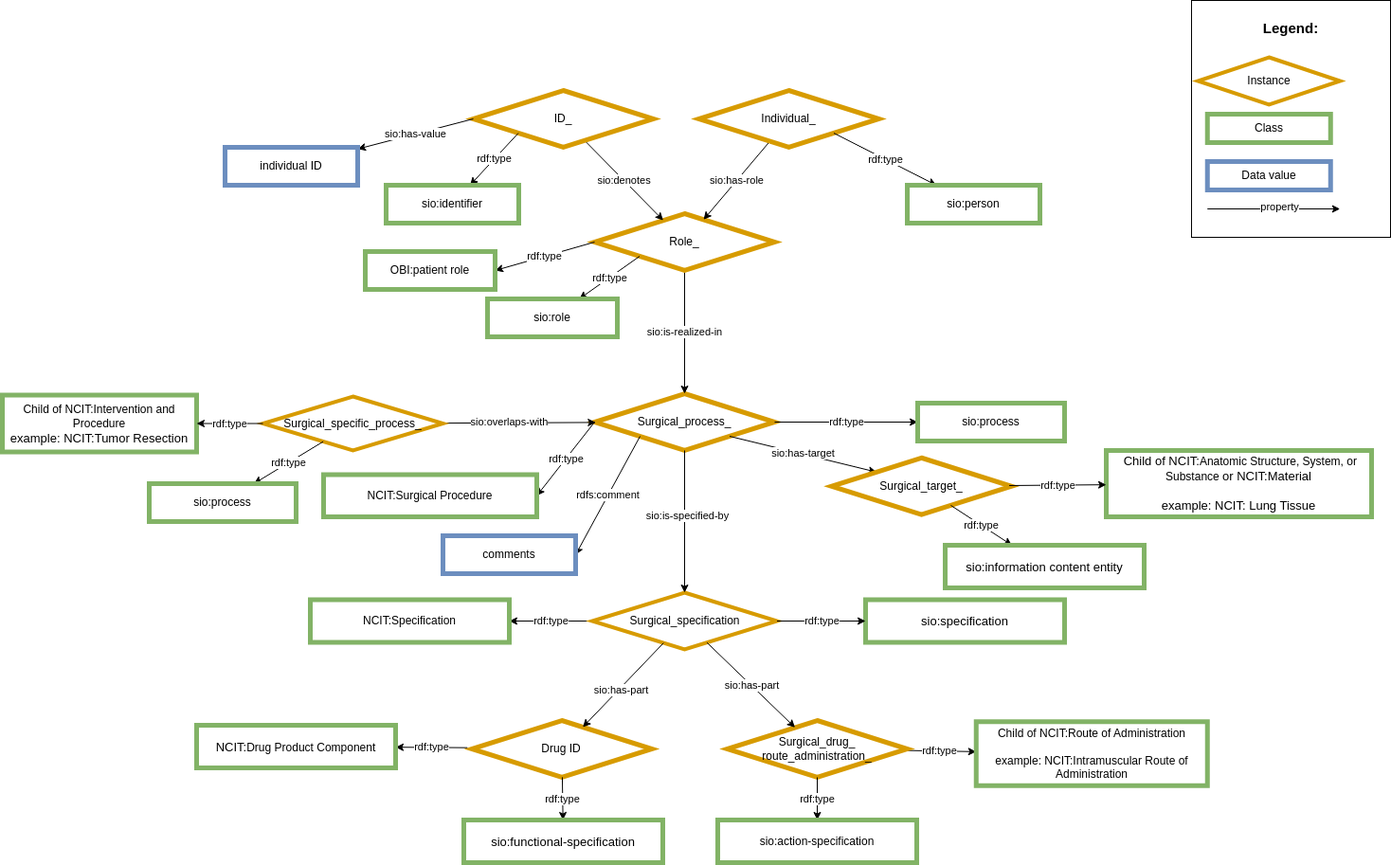
CARE-SM/CARE-Semantic-Model keeps this draw.io diagram as images/CARE-SM-Surgery.png. Above is the earlier version. Source tidied: cells renumbered, new cells last; positions are measured from the earlier drawing's top-left corner, leaving out a move shared by most shapes.
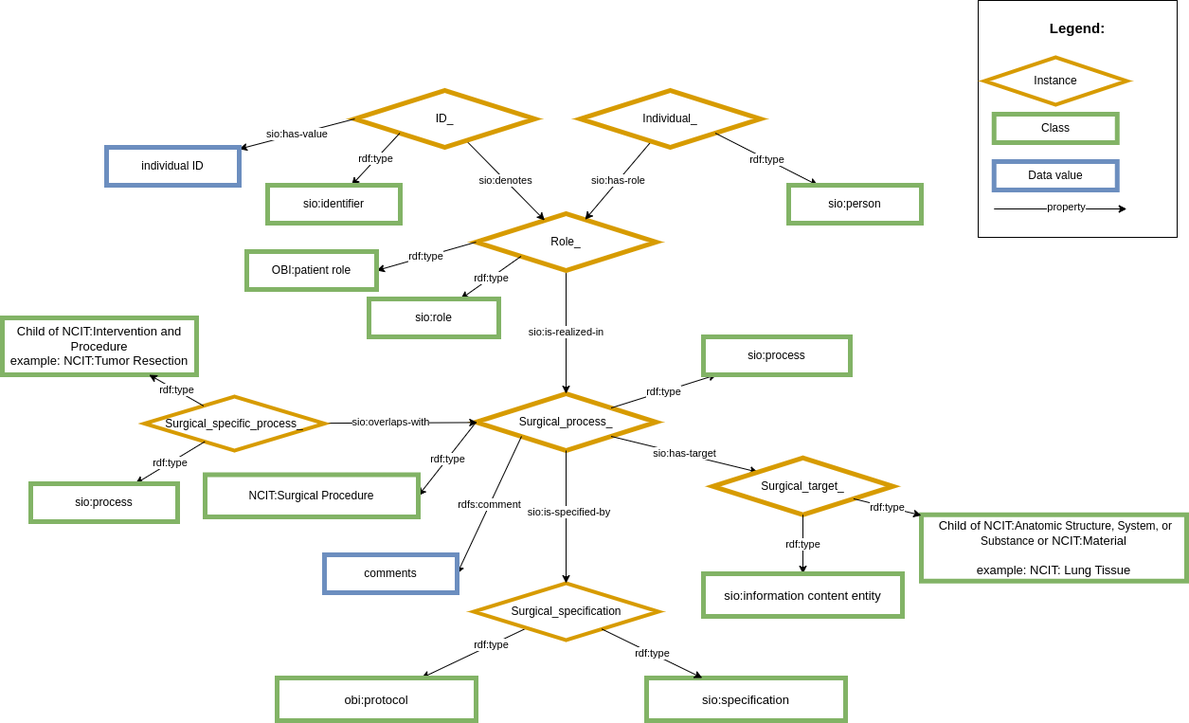
After the change.

Commit message:
obi:protocol and surgery specification

Diff of the diagram source:
```diff
@@ -12,7 +12,7 @@
       <mxGeometry relative="1" as="geometry" />
     </mxCell>
     <mxCell id="5" value="sio:process" style="whiteSpace=wrap;html=1;fillColor=#FFFFFF;strokeColor=#82b366;strokeWidth=5;" parent="1" vertex="1">
-      <mxGeometry x="966" y="425" width="155" height="40" as="geometry" />
+      <mxGeometry x="865" y="355" width="155" height="40" as="geometry" />
     </mxCell>
     <mxCell id="6" value="Role_" style="rhombus;whiteSpace=wrap;html=1;fillColor=#FFFFFF;strokeColor=#d79b00;strokeWidth=5;" parent="1" vertex="1">
       <mxGeometry x="625" y="225" width="190" height="60" as="geometry" />
@@ -62,7 +62,7 @@
       <mxGeometry relative="1" as="geometry" />
     </mxCell>
     <mxCell id="21" value="&lt;font size=&quot;2&quot;&gt;sio:information content entity&lt;/font&gt;" style="whiteSpace=wrap;html=1;fillColor=#FFFFFF;strokeColor=#82b366;strokeWidth=5;" parent="1" vertex="1">
-      <mxGeometry x="995" y="575" width="210" height="45" as="geometry" />
+      <mxGeometry x="865" y="605" width="210" height="45" as="geometry" />
     </mxCell>
     <mxCell id="22" value="sio:has-value" style="rounded=0;jettySize=auto;html=1;exitX=0;exitY=0.5;exitDx=0;exitDy=0;" parent="1" edge="1" source="8" target="23">
       <mxGeometry relative="1" as="geometry" />
@@ -83,7 +83,7 @@
       <mxGeometry x="339" y="500.5" width="225" height="44.5" as="geometry" />
     </mxCell>
     <mxCell id="28" value="&lt;font style=&quot;border-color: var(--border-color);&quot; size=&quot;2&quot;&gt;&amp;nbsp;Child of NCIT:&lt;/font&gt;Anatomic Structure, System, or Substance&amp;nbsp;&lt;font size=&quot;2&quot;&gt;or NCIT:Material&lt;br&gt;&lt;br&gt;example: NCIT: Lung Tissue&lt;br&gt;&lt;/font&gt;" style="whiteSpace=wrap;html=1;fillColor=#FFFFFF;strokeColor=#82b366;strokeWidth=5;" parent="1" vertex="1">
-      <mxGeometry x="1165" y="475" width="280" height="70" as="geometry" />
+      <mxGeometry x="1095" y="542.8" width="280" height="70" as="geometry" />
     </mxCell>
     <mxCell id="29" value="rdf:type" style="edgeStyle=none;rounded=0;jettySize=auto;html=1;" parent="1" edge="1" source="19" target="28">
       <mxGeometry relative="1" as="geometry" />
@@ -94,82 +94,41 @@
       </mxGeometry>
     </mxCell>
     <mxCell id="31" value="comments" style="whiteSpace=wrap;html=1;fillColor=#FFFFFF;strokeColor=#6c8ebf;strokeWidth=5;" parent="1" vertex="1">
-      <mxGeometry x="465" y="565" width="140" height="40" as="geometry" />
+      <mxGeometry x="465" y="585" width="140" height="40" as="geometry" />
     </mxCell>
     <mxCell id="32" value="&lt;div style=&quot;text-align: left; font-size: 15px;&quot;&gt;&lt;span style=&quot;background-color: initial;&quot;&gt;&lt;b style=&quot;&quot;&gt;&lt;font style=&quot;font-size: 15px;&quot;&gt;Legend:&lt;/font&gt;&lt;/b&gt;&lt;/span&gt;&lt;/div&gt;&lt;div style=&quot;text-align: left; font-size: 15px;&quot;&gt;&lt;span style=&quot;background-color: initial;&quot;&gt;&lt;br&gt;&lt;/span&gt;&lt;/div&gt;&lt;div style=&quot;text-align: left;&quot;&gt;&lt;span style=&quot;background-color: initial;&quot;&gt;&lt;br&gt;&lt;/span&gt;&lt;/div&gt;&lt;div style=&quot;text-align: left;&quot;&gt;&lt;span style=&quot;background-color: initial;&quot;&gt;&lt;br&gt;&lt;/span&gt;&lt;/div&gt;&lt;div style=&quot;text-align: left;&quot;&gt;&lt;br&gt;&lt;/div&gt;&lt;div style=&quot;text-align: left;&quot;&gt;&lt;br&gt;&lt;/div&gt;&lt;div style=&quot;text-align: left;&quot;&gt;&lt;br&gt;&lt;/div&gt;&lt;div style=&quot;text-align: left;&quot;&gt;&lt;br&gt;&lt;/div&gt;&lt;div style=&quot;text-align: left;&quot;&gt;&lt;br&gt;&lt;/div&gt;&lt;div style=&quot;text-align: left;&quot;&gt;&lt;span style=&quot;background-color: initial;&quot;&gt;&lt;br&gt;&lt;/span&gt;&lt;/div&gt;&lt;div style=&quot;text-align: left;&quot;&gt;&lt;span style=&quot;background-color: initial;&quot;&gt;&lt;br&gt;&lt;/span&gt;&lt;/div&gt;&lt;div style=&quot;text-align: left;&quot;&gt;&lt;span style=&quot;background-color: initial;&quot;&gt;&lt;br&gt;&lt;/span&gt;&lt;/div&gt;&lt;div style=&quot;text-align: left;&quot;&gt;&lt;span style=&quot;background-color: initial;&quot;&gt;&lt;br&gt;&lt;/span&gt;&lt;/div&gt;&lt;div style=&quot;text-align: left;&quot;&gt;&lt;span style=&quot;background-color: initial;&quot;&gt;&lt;br&gt;&lt;/span&gt;&lt;/div&gt;" style="rounded=0;whiteSpace=wrap;html=1;" parent="1" vertex="1">
-      <mxGeometry x="1255" width="210" height="250" as="geometry" />
+      <mxGeometry x="1155" width="210" height="250" as="geometry" />
     </mxCell>
     <mxCell id="33" value="Class" style="whiteSpace=wrap;html=1;fillColor=#FFFFFF;strokeColor=#82b366;strokeWidth=5;" parent="1" vertex="1">
-      <mxGeometry x="1271.8" y="120" width="130" height="30" as="geometry" />
+      <mxGeometry x="1171.8" y="120" width="130" height="30" as="geometry" />
     </mxCell>
     <mxCell id="34" value="Instance" style="rhombus;whiteSpace=wrap;html=1;fillColor=#FFFFFF;strokeColor=#D79B00;rotation=0;perimeter=rhombusPerimeter;arcSize=20;comic=0;enumerate=0;strokeWidth=4;rounded=0;" parent="1" vertex="1">
-      <mxGeometry x="1261.8" y="60" width="150" height="50" as="geometry" />
+      <mxGeometry x="1161.8" y="60" width="150" height="50" as="geometry" />
     </mxCell>
     <mxCell id="35" value="Data value" style="whiteSpace=wrap;html=1;fillColor=#FFFFFF;strokeColor=#6c8ebf;strokeWidth=5;" parent="1" vertex="1">
-      <mxGeometry x="1271.8" y="170" width="130" height="30" as="geometry" />
+      <mxGeometry x="1171.8" y="170" width="130" height="30" as="geometry" />
     </mxCell>
     <mxCell id="36" value="property" style="rounded=0;orthogonalLoop=1;jettySize=auto;html=1;exitX=1;exitY=1;exitDx=0;exitDy=0;" parent="1" edge="1">
       <mxGeometry x="0.09" y="2" relative="1" as="geometry">
-        <mxPoint x="1271.8" y="220" as="sourcePoint" />
-        <mxPoint x="1411.8" y="220" as="targetPoint" />
+        <mxPoint x="1171.8" y="220" as="sourcePoint" />
+        <mxPoint x="1311.8" y="220" as="targetPoint" />
       </mxGeometry>
     </mxCell>
-    <mxCell id="37" value="Drug ID" style="rhombus;whiteSpace=wrap;html=1;fillColor=#FFFFFF;strokeColor=#d79b00;strokeWidth=5;" parent="1" vertex="1">
-      <mxGeometry x="495.5" y="760" width="190" height="60" as="geometry" />
-    </mxCell>
-    <mxCell id="38" value="rdf:type" style="edgeStyle=none;rounded=0;jettySize=auto;html=1;" parent="1" edge="1" source="48" target="39">
+    <mxCell id="38" value="rdf:type" style="edgeStyle=none;rounded=0;jettySize=auto;html=1;exitX=0.474;exitY=0.5;exitDx=0;exitDy=0;exitPerimeter=0;" parent="1" edge="1" source="48" target="39">
       <mxGeometry relative="1" as="geometry" />
     </mxCell>
-    <mxCell id="39" value="NCIT:Specification" style="whiteSpace=wrap;html=1;fillColor=#FFFFFF;strokeColor=#82b366;strokeWidth=5;" parent="1" vertex="1">
-      <mxGeometry x="325" y="632.5" width="210" height="45" as="geometry" />
+    <mxCell id="39" value="&lt;font style=&quot;font-size: 13px;&quot;&gt;obi:protocol&lt;/font&gt;" style="whiteSpace=wrap;html=1;fillColor=#FFFFFF;strokeColor=#82b366;strokeWidth=5;" parent="1" vertex="1">
+      <mxGeometry x="415" y="715" width="210" height="45" as="geometry" />
     </mxCell>
-    <mxCell id="40" value="rdf:type" style="edgeStyle=none;rounded=0;jettySize=auto;html=1;" parent="1" edge="1" source="37" target="54">
-      <mxGeometry relative="1" as="geometry" />
-    </mxCell>
-    <mxCell id="41" value="rdf:type" style="edgeStyle=none;rounded=0;jettySize=auto;html=1;" parent="1" edge="1" source="45" target="42">
-      <mxGeometry relative="1" as="geometry" />
-    </mxCell>
-    <mxCell id="42" value="Child of NCIT:Route of Administration&lt;br style=&quot;border-color: var(--border-color);&quot;&gt;&lt;br style=&quot;border-color: var(--border-color);&quot;&gt;example: NCIT:Intramuscular Route of Administration" style="whiteSpace=wrap;html=1;fillColor=#FFFFFF;strokeColor=#82b366;strokeWidth=5;" parent="1" vertex="1">
-      <mxGeometry x="1027.8" y="761.2" width="244" height="67.5" as="geometry" />
-    </mxCell>
-    <mxCell id="43" value="rdf:type" style="edgeStyle=none;rounded=0;jettySize=auto;html=1;exitX=-0.025;exitY=0.478;exitDx=0;exitDy=0;exitPerimeter=0;" parent="1" edge="1" source="37" target="44">
-      <mxGeometry relative="1" as="geometry" />
-    </mxCell>
-    <mxCell id="44" value="&lt;font size=&quot;2&quot;&gt;NCIT:&lt;/font&gt;Drug Product Component" style="whiteSpace=wrap;html=1;fillColor=#FFFFFF;strokeColor=#82b366;strokeWidth=5;" parent="1" vertex="1">
-      <mxGeometry x="205" y="765" width="210" height="45" as="geometry" />
-    </mxCell>
-    <mxCell id="45" value="Surgical_drug_&lt;br&gt;route_administration_" style="rhombus;whiteSpace=wrap;html=1;fillColor=#FFFFFF;strokeColor=#d79b00;strokeWidth=5;" parent="1" vertex="1">
-      <mxGeometry x="765" y="760" width="190" height="60" as="geometry" />
-    </mxCell>
-    <mxCell id="46" value="rdf:type" style="edgeStyle=none;rounded=0;jettySize=auto;html=1;exitX=0.5;exitY=1;exitDx=0;exitDy=0;entryX=0.5;entryY=0;entryDx=0;entryDy=0;" parent="1" edge="1" source="45" target="47">
-      <mxGeometry relative="1" as="geometry" />
-    </mxCell>
-    <mxCell id="47" value="sio:action-specification" style="whiteSpace=wrap;html=1;fillColor=#FFFFFF;strokeColor=#82b366;strokeWidth=5;" parent="1" vertex="1">
-      <mxGeometry x="755" y="865" width="210" height="45" as="geometry" />
-    </mxCell>
     <mxCell id="48" value="Surgical_specification" style="rhombus;whiteSpace=wrap;html=1;fillColor=#FFFFFF;strokeColor=#D79B00;perimeter=rhombusPerimeter;arcSize=20;comic=0;enumerate=0;strokeWidth=4;rounded=0;" parent="1" vertex="1">
-      <mxGeometry x="622.5" y="625" width="195" height="60" as="geometry" />
+      <mxGeometry x="622.5" y="615" width="195" height="60" as="geometry" />
     </mxCell>
-    <mxCell id="49" style="edgeStyle=none;rounded=0;jettySize=auto;html=1;" parent="1" edge="1" source="48" target="45">
-      <mxGeometry relative="1" as="geometry" />
-    </mxCell>
-    <mxCell id="50" value="sio:has-part" style="edgeLabel;html=1;align=center;verticalAlign=middle;" parent="49" vertex="1">
-      <mxGeometry x="-0.21" y="-1" relative="1" as="geometry">
-        <mxPoint x="11" y="9" as="offset" />
-      </mxGeometry>
-    </mxCell>
     <mxCell id="51" value="&lt;font size=&quot;2&quot;&gt;sio:specification&lt;/font&gt;" style="whiteSpace=wrap;html=1;fillColor=#FFFFFF;strokeColor=#82b366;strokeWidth=5;" parent="1" vertex="1">
-      <mxGeometry x="911" y="632.5" width="210" height="45" as="geometry" />
+      <mxGeometry x="805" y="715" width="210" height="45" as="geometry" />
     </mxCell>
-    <mxCell id="52" value="rdf:type" style="edgeStyle=none;rounded=0;jettySize=auto;html=1;exitX=1;exitY=0.5;exitDx=0;exitDy=0;" parent="1" edge="1" source="48" target="51">
+    <mxCell id="52" value="rdf:type" style="edgeStyle=none;rounded=0;jettySize=auto;html=1;" parent="1" edge="1" source="48" target="51">
       <mxGeometry relative="1" as="geometry" />
     </mxCell>
-    <mxCell id="53" value="sio:has-part" style="rounded=0;jettySize=auto;html=1;" parent="1" edge="1" source="48" target="37">
-      <mxGeometry x="0.09" y="2" relative="1" as="geometry" />
-    </mxCell>
-    <mxCell id="54" value="&lt;font size=&quot;2&quot;&gt;sio:functional-specification&lt;/font&gt;" style="whiteSpace=wrap;html=1;fillColor=#FFFFFF;strokeColor=#82b366;strokeWidth=5;" parent="1" vertex="1">
-      <mxGeometry x="487" y="865" width="210" height="45" as="geometry" />
-    </mxCell>
     <mxCell id="55" style="edgeStyle=none;rounded=0;jettySize=auto;html=1;exitX=0.5;exitY=1;exitDx=0;exitDy=0;entryX=0.5;entryY=0;entryDx=0;entryDy=0;" parent="1" edge="1" target="48">
       <mxGeometry relative="1" as="geometry">
         <mxPoint x="720" y="475" as="sourcePoint" />
@@ -191,8 +150,8 @@
     <mxCell id="59" value="Surgical_specific_process_" style="rhombus;whiteSpace=wrap;html=1;fillColor=#FFFFFF;strokeColor=#D79B00;perimeter=rhombusPerimeter;arcSize=20;comic=0;enumerate=0;strokeWidth=4;rounded=0;" parent="1" vertex="1">
       <mxGeometry x="275" y="418" width="190" height="57" as="geometry" />
     </mxCell>
-    <mxCell id="60" value="Child of NCIT:Intervention and Procedure&lt;font style=&quot;border-color: var(--border-color);&quot; size=&quot;2&quot;&gt;&lt;br style=&quot;border-color: var(--border-color);&quot;&gt;&lt;div style=&quot;border-color: var(--border-color);&quot;&gt;example: NCIT:Tumor Resection&lt;/div&gt;&lt;/font&gt;" style="whiteSpace=wrap;html=1;fillColor=#FFFFFF;strokeColor=#82b366;strokeWidth=5;" parent="1" vertex="1">
-      <mxGeometry y="416.5" width="205" height="60" as="geometry" />
+    <mxCell id="60" value="&lt;font style=&quot;font-size: 13px;&quot;&gt;Child of NCIT:Intervention and Procedure&lt;font style=&quot;border-color: var(--border-color); font-size: 13px;&quot;&gt;&lt;br style=&quot;border-color: var(--border-color);&quot;&gt;&lt;div style=&quot;border-color: var(--border-color);&quot;&gt;example: NCIT:Tumor Resection&lt;/div&gt;&lt;/font&gt;&lt;/font&gt;" style="whiteSpace=wrap;html=1;fillColor=#FFFFFF;strokeColor=#82b366;strokeWidth=5;" parent="1" vertex="1">
+      <mxGeometry x="125" y="335" width="205" height="60" as="geometry" />
     </mxCell>
     <mxCell id="61" value="rdf:type" style="edgeStyle=none;rounded=0;jettySize=auto;html=1;" parent="1" edge="1" source="59" target="62">
       <mxGeometry relative="1" as="geometry" />
```
